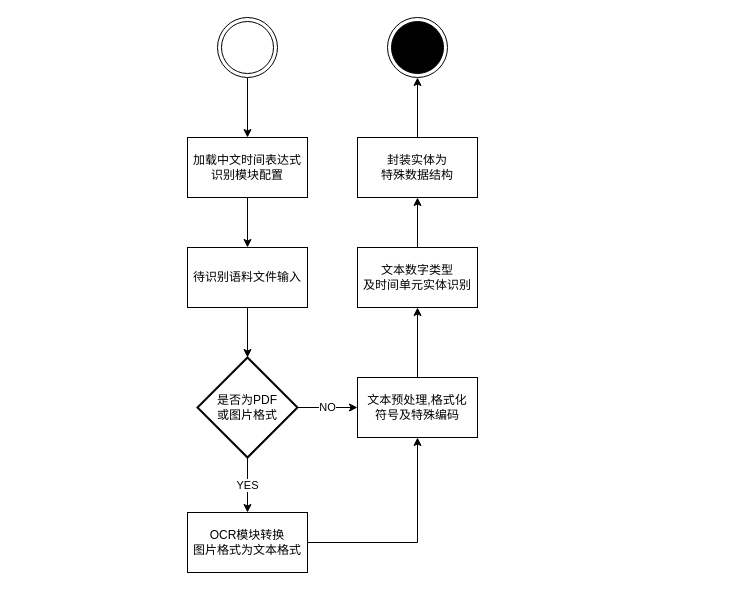
This is figures/xml/recog_pipeline.drawio from ZacBi/ustcthesis, a draw.io file, before an edit. Source tidied: cells renumbered, new cells numbered last; positions are measured from the earlier drawing's top-left corner, leaving out a move shared by most shapes. Both pictures are drawn from the tidied source at 100%, with x=0, y=0 at pixel (187, 17).
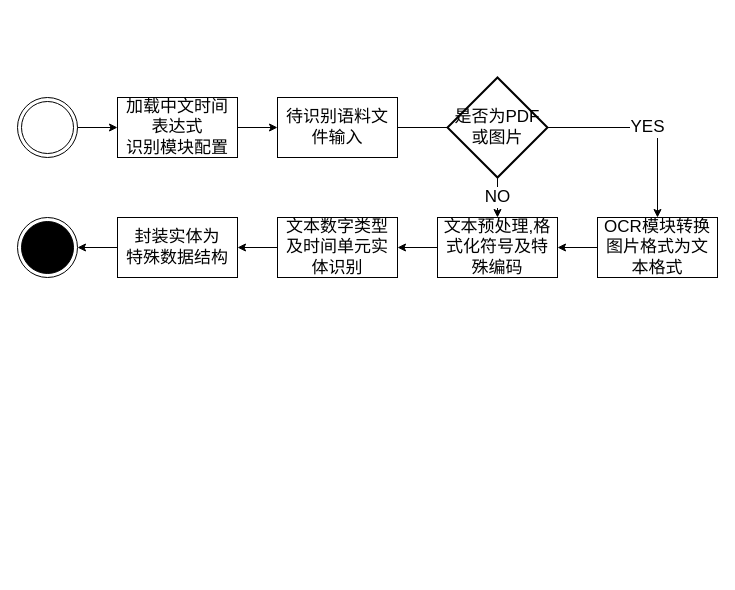
The same page after the edit.

Diff of the diagram source:
```diff
@@
-    <mxCell id="2" style="edgeStyle=orthogonalEdgeStyle;rounded=0;jettySize=auto;html=1;exitX=0.5;exitY=1;exitDx=0;exitDy=0;entryX=0.5;entryY=0;entryDx=0;entryDy=0;" parent="1" edge="1" source="3" target="5">
-      <mxGeometry relative="1" as="geometry" />
+    <mxCell id="2" style="edgeStyle=orthogonalEdgeStyle;rounded=0;jettySize=auto;html=1;exitX=1;exitY=0.5;exitDx=0;exitDy=0;entryX=0;entryY=0.5;entryDx=0;entryDy=0;fontFamily=SimSun;fontSize=17;" parent="1" edge="1" source="3" target="5">
+      <mxGeometry relative="1" as="geometry">
+        <Array as="points">
+          <mxPoint x="-120" y="110" />
+          <mxPoint x="-120" y="110" />
+        </Array>
+      </mxGeometry>
     </mxCell>
-    <mxCell id="3" style="ellipse;shape=doubleEllipse;html=1;dashed=0;whitespace=wrap;" parent="1" vertex="1">
-      <mxGeometry x="30" width="60" height="60" as="geometry" />
+    <mxCell id="3" style="ellipse;shape=doubleEllipse;html=1;dashed=0;whitespace=wrap;fontFamily=SimSun;fontSize=17;" parent="1" vertex="1">
+      <mxGeometry x="-170" y="80" width="60" height="60" as="geometry" />
     </mxCell>
-    <mxCell id="4" style="edgeStyle=orthogonalEdgeStyle;rounded=0;jettySize=auto;html=1;exitX=0.5;exitY=1;exitDx=0;exitDy=0;entryX=0.5;entryY=0;entryDx=0;entryDy=0;" parent="1" edge="1" source="5" target="7">
+    <mxCell id="4" style="edgeStyle=orthogonalEdgeStyle;rounded=0;jettySize=auto;html=1;exitX=1;exitY=0.5;exitDx=0;exitDy=0;entryX=0;entryY=0.5;entryDx=0;entryDy=0;fontFamily=SimSun;fontSize=17;" parent="1" edge="1" source="5" target="7">
       <mxGeometry relative="1" as="geometry" />
     </mxCell>
-    <mxCell id="5" value="加载中文时间表达式&lt;br&gt;识别模块配置" style="rounded=0;whiteSpace=wrap;html=1;" parent="1" vertex="1">
-      <mxGeometry y="120" width="120" height="60" as="geometry" />
+    <mxCell id="5" value="加载中文时间表达式&lt;br style=&quot;font-size: 17px;&quot;&gt;识别模块配置" style="rounded=0;whiteSpace=wrap;html=1;fontFamily=SimSun;fontSize=17;" parent="1" vertex="1">
+      <mxGeometry x="-70" y="80" width="120" height="60" as="geometry" />
     </mxCell>
-    <mxCell id="6" style="edgeStyle=orthogonalEdgeStyle;rounded=0;jettySize=auto;html=1;exitX=0.5;exitY=1;exitDx=0;exitDy=0;entryX=0.5;entryY=0;entryDx=0;entryDy=0;entryPerimeter=0;" parent="1" edge="1" source="7" target="10">
-      <mxGeometry relative="1" as="geometry" />
+    <mxCell id="6" style="edgeStyle=orthogonalEdgeStyle;rounded=0;jettySize=auto;html=1;exitX=1;exitY=0.5;exitDx=0;exitDy=0;entryX=0;entryY=0.5;entryDx=0;entryDy=0;entryPerimeter=0;fontFamily=SimSun;fontSize=17;" parent="1" edge="1" source="7" target="10">
+      <mxGeometry relative="1" as="geometry">
+        <Array as="points">
+          <mxPoint x="290" y="110" />
+          <mxPoint x="290" y="110" />
+        </Array>
+      </mxGeometry>
     </mxCell>
-    <mxCell id="7" value="待识别语料文件输入" style="rounded=0;whiteSpace=wrap;html=1;" parent="1" vertex="1">
-      <mxGeometry y="230" width="120" height="60" as="geometry" />
+    <mxCell id="7" value="待识别语料文件输入" style="rounded=0;whiteSpace=wrap;html=1;fontFamily=SimSun;fontSize=17;" parent="1" vertex="1">
+      <mxGeometry x="90" y="80" width="120" height="60" as="geometry" />
     </mxCell>
-    <mxCell id="8" value="YES" style="edgeStyle=orthogonalEdgeStyle;rounded=0;jettySize=auto;html=1;exitX=0.5;exitY=1;exitDx=0;exitDy=0;exitPerimeter=0;entryX=0.5;entryY=0;entryDx=0;entryDy=0;" parent="1" edge="1" source="10" target="12">
+    <mxCell id="8" value="YES" style="edgeStyle=orthogonalEdgeStyle;rounded=0;jettySize=auto;html=1;exitX=1;exitY=0.5;exitDx=0;exitDy=0;exitPerimeter=0;entryX=0.5;entryY=0;entryDx=0;entryDy=0;fontFamily=SimSun;fontSize=17;" parent="1" edge="1" source="10" target="12">
       <mxGeometry relative="1" as="geometry" />
     </mxCell>
-    <mxCell id="9" value="NO" style="edgeStyle=orthogonalEdgeStyle;rounded=0;jettySize=auto;html=1;exitX=1;exitY=0.5;exitDx=0;exitDy=0;exitPerimeter=0;entryX=0;entryY=0.5;entryDx=0;entryDy=0;" parent="1" edge="1" source="10" target="14">
+    <mxCell id="9" value="NO" style="edgeStyle=orthogonalEdgeStyle;rounded=0;jettySize=auto;html=1;entryX=0.5;entryY=0;entryDx=0;entryDy=0;exitX=0.5;exitY=1;exitDx=0;exitDy=0;exitPerimeter=0;fontFamily=SimSun;fontSize=17;" parent="1" edge="1" source="10" target="14">
       <mxGeometry relative="1" as="geometry" />
     </mxCell>
-    <mxCell id="10" value="是否为PDF&lt;br&gt;或图片格式" style="strokeWidth=2;html=1;shape=mxgraph.flowchart.decision;whiteSpace=wrap;" parent="1" vertex="1">
-      <mxGeometry x="10" y="340" width="100" height="100" as="geometry" />
+    <mxCell id="10" value="是否为PDF&lt;br style=&quot;font-size: 17px&quot;&gt;或图片" style="strokeWidth=2;html=1;shape=mxgraph.flowchart.decision;whiteSpace=wrap;fontFamily=SimSun;fontSize=17;" parent="1" vertex="1">
+      <mxGeometry x="260" y="60" width="100" height="100" as="geometry" />
     </mxCell>
-    <mxCell id="11" style="edgeStyle=orthogonalEdgeStyle;rounded=0;jettySize=auto;html=1;exitX=1;exitY=0.5;exitDx=0;exitDy=0;entryX=0.5;entryY=1;entryDx=0;entryDy=0;" parent="1" edge="1" source="12" target="14">
-      <mxGeometry relative="1" as="geometry" />
+    <mxCell id="11" style="edgeStyle=orthogonalEdgeStyle;rounded=0;jettySize=auto;html=1;exitX=0;exitY=0.5;exitDx=0;exitDy=0;entryX=1;entryY=0.5;entryDx=0;entryDy=0;fontFamily=SimSun;fontSize=17;" parent="1" edge="1" source="12" target="14">
+      <mxGeometry relative="1" as="geometry">
+        <Array as="points">
+          <mxPoint x="410" y="230" />
+        </Array>
+      </mxGeometry>
     </mxCell>
-    <mxCell id="12" value="OCR模块转换&lt;br&gt;图片格式为文本格式" style="rounded=0;whiteSpace=wrap;html=1;" parent="1" vertex="1">
-      <mxGeometry y="495" width="120" height="60" as="geometry" />
+    <mxCell id="12" value="OCR模块转换&lt;br style=&quot;font-size: 17px;&quot;&gt;图片格式为文本格式" style="rounded=0;whiteSpace=wrap;html=1;fontFamily=SimSun;fontSize=17;" parent="1" vertex="1">
+      <mxGeometry x="410" y="200" width="120" height="60" as="geometry" />
     </mxCell>
-    <mxCell id="13" style="edgeStyle=orthogonalEdgeStyle;rounded=0;jettySize=auto;html=1;exitX=0.5;exitY=0;exitDx=0;exitDy=0;entryX=0.5;entryY=1;entryDx=0;entryDy=0;" parent="1" edge="1" source="14" target="16">
+    <mxCell id="13" style="edgeStyle=orthogonalEdgeStyle;rounded=0;jettySize=auto;html=1;exitX=0;exitY=0.5;exitDx=0;exitDy=0;entryX=1;entryY=0.5;entryDx=0;entryDy=0;fontFamily=SimSun;fontSize=17;" parent="1" edge="1" source="14" target="16">
       <mxGeometry relative="1" as="geometry" />
     </mxCell>
-    <mxCell id="14" value="文本预处理,格式化&lt;br&gt;符号及特殊编码" style="rounded=0;whiteSpace=wrap;html=1;" parent="1" vertex="1">
-      <mxGeometry x="170" y="360" width="120" height="60" as="geometry" />
+    <mxCell id="14" value="文本预处理,格式化符号及特殊编码" style="rounded=0;whiteSpace=wrap;html=1;fontFamily=SimSun;fontSize=17;" parent="1" vertex="1">
+      <mxGeometry x="250" y="200" width="120" height="60" as="geometry" />
     </mxCell>
-    <mxCell id="15" style="edgeStyle=orthogonalEdgeStyle;rounded=0;jettySize=auto;html=1;exitX=0.5;exitY=0;exitDx=0;exitDy=0;entryX=0.5;entryY=1;entryDx=0;entryDy=0;" parent="1" edge="1" source="16" target="18">
+    <mxCell id="15" style="edgeStyle=orthogonalEdgeStyle;rounded=0;jettySize=auto;html=1;entryX=1;entryY=0.5;entryDx=0;entryDy=0;fontFamily=SimSun;fontSize=17;" parent="1" edge="1" source="16" target="18">
       <mxGeometry relative="1" as="geometry" />
     </mxCell>
-    <mxCell id="16" value="文本数字类型&lt;br&gt;及时间单元实体识别" style="rounded=0;whiteSpace=wrap;html=1;" parent="1" vertex="1">
-      <mxGeometry x="170" y="230" width="120" height="60" as="geometry" />
+    <mxCell id="16" value="文本数字类型&lt;br style=&quot;font-size: 17px;&quot;&gt;及时间单元实体识别" style="rounded=0;whiteSpace=wrap;html=1;fontFamily=SimSun;fontSize=17;" parent="1" vertex="1">
+      <mxGeometry x="90" y="200" width="120" height="60" as="geometry" />
     </mxCell>
-    <mxCell id="17" style="edgeStyle=orthogonalEdgeStyle;rounded=0;jettySize=auto;html=1;exitX=0.5;exitY=0;exitDx=0;exitDy=0;entryX=0.5;entryY=1;entryDx=0;entryDy=0;" parent="1" edge="1" source="18" target="19">
+    <mxCell id="17" style="edgeStyle=orthogonalEdgeStyle;rounded=0;jettySize=auto;html=1;exitX=0;exitY=0.5;exitDx=0;exitDy=0;entryX=1;entryY=0.5;entryDx=0;entryDy=0;fontFamily=SimSun;fontSize=17;" parent="1" edge="1" source="18" target="19">
       <mxGeometry relative="1" as="geometry" />
     </mxCell>
-    <mxCell id="18" value="封装实体为&lt;br&gt;特殊数据结构" style="rounded=0;whiteSpace=wrap;html=1;" parent="1" vertex="1">
-      <mxGeometry x="170" y="120" width="120" height="60" as="geometry" />
+    <mxCell id="18" value="封装实体为&lt;br style=&quot;font-size: 17px;&quot;&gt;特殊数据结构" style="rounded=0;whiteSpace=wrap;html=1;fontFamily=SimSun;fontSize=17;" parent="1" vertex="1">
+      <mxGeometry x="-70" y="200" width="120" height="60" as="geometry" />
     </mxCell>
-    <mxCell id="19" style="ellipse;html=1;shape=endState;fillColor=#000000;strokeColor=#000000;" parent="1" vertex="1">
-      <mxGeometry x="200" width="60" height="60" as="geometry" />
+    <mxCell id="19" style="ellipse;html=1;shape=endState;fillColor=#000000;strokeColor=#000000;fontFamily=SimSun;fontSize=17;" parent="1" vertex="1">
+      <mxGeometry x="-170" y="200" width="60" height="60" as="geometry" />
     </mxCell>
```
